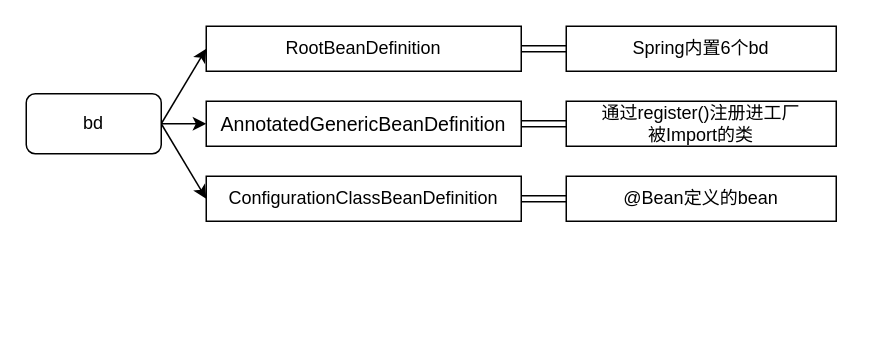
This is bdSort.drawio from Ordertiny/graph, a draw.io file, before an edit. Source tidied: cells renumbered, new cells numbered last; positions are measured from the earlier drawing's top-left corner, leaving out a move shared by most shapes. Both pictures are drawn from the tidied source at 150%, with x=0, y=0 at pixel (26, 26).
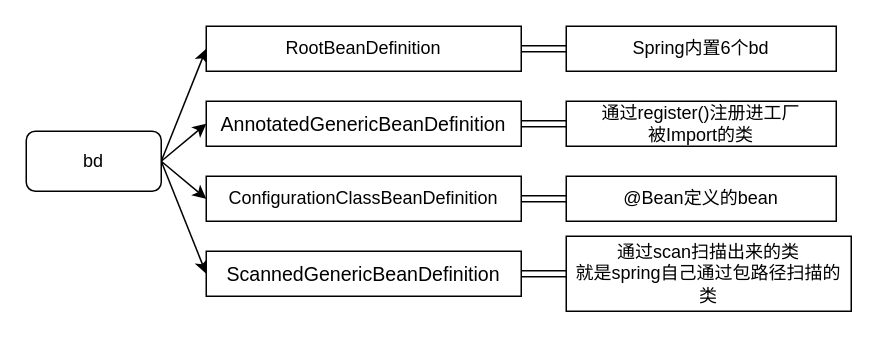
After the change.

What changed in the source:
```diff
@@
 <mxGraphModel>
   <root>
     <mxCell id="0" />
     <mxCell id="1" parent="0" />
     <mxCell id="2" style="rounded=0;jettySize=auto;html=1;exitX=1;exitY=0.5;exitDx=0;exitDy=0;entryX=0;entryY=0.5;entryDx=0;entryDy=0;fontFamily=Helvetica;" parent="1" edge="1" source="5" target="7">
       <mxGeometry relative="1" as="geometry" />
     </mxCell>
-    <mxCell id="3" style="edgeStyle=none;rounded=0;jettySize=auto;html=1;exitX=1;exitY=0.5;exitDx=0;exitDy=0;fontFamily=Helvetica;" parent="1" edge="1" source="5" target="10">
+    <mxCell id="3" style="edgeStyle=none;rounded=0;jettySize=auto;html=1;exitX=1;exitY=0.5;exitDx=0;exitDy=0;fontFamily=Helvetica;entryX=0;entryY=0.5;entryDx=0;entryDy=0;" parent="1" edge="1" source="5" target="10">
       <mxGeometry relative="1" as="geometry" />
     </mxCell>
     <mxCell id="4" style="edgeStyle=none;rounded=0;jettySize=auto;html=1;exitX=1;exitY=0.5;exitDx=0;exitDy=0;entryX=0;entryY=0.5;entryDx=0;entryDy=0;fontFamily=Helvetica;" parent="1" edge="1" source="5" target="13">
       <mxGeometry relative="1" as="geometry" />
     </mxCell>
+    <mxCell id="15" style="edgeStyle=none;rounded=0;jettySize=auto;html=1;exitX=1;exitY=0.5;exitDx=0;exitDy=0;entryX=0;entryY=0.5;entryDx=0;entryDy=0;fontFamily=Helvetica;" parent="1" edge="1" source="5" target="17">
+      <mxGeometry relative="1" as="geometry" />
+    </mxCell>
     <mxCell id="5" value="bd" style="rounded=1;whiteSpace=wrap;html=1;" parent="1" vertex="1">
-      <mxGeometry y="45" width="90" height="40" as="geometry" />
+      <mxGeometry y="70" width="90" height="40" as="geometry" />
     </mxCell>
     <mxCell id="6" style="edgeStyle=none;rounded=0;jettySize=auto;html=1;exitX=1;exitY=0.5;exitDx=0;exitDy=0;entryX=0;entryY=0.5;entryDx=0;entryDy=0;fontFamily=Helvetica;shape=link;" parent="1" edge="1" source="7" target="8">
       <mxGeometry relative="1" as="geometry" />
     </mxCell>
     <mxCell id="7" value="RootBeanDefinition" style="rounded=0;whiteSpace=wrap;html=1;fontFamily=Helvetica;" parent="1" vertex="1">
       <mxGeometry x="120" width="210" height="30" as="geometry" />
     </mxCell>
     <mxCell id="8" value="Spring内置6个bd" style="rounded=0;whiteSpace=wrap;html=1;" parent="1" vertex="1">
       <mxGeometry x="360" width="180" height="30" as="geometry" />
     </mxCell>
     <mxCell id="9" style="edgeStyle=none;shape=link;rounded=0;jettySize=auto;html=1;exitX=1;exitY=0.5;exitDx=0;exitDy=0;entryX=0;entryY=0.5;entryDx=0;entryDy=0;fontFamily=Helvetica;" parent="1" edge="1" source="10" target="11">
       <mxGeometry relative="1" as="geometry" />
     </mxCell>
     <mxCell id="10" value="&lt;div style=&quot;background-color: rgb(255, 255, 255); font-size: 9.8pt;&quot;&gt;AnnotatedGenericBeanDefinition&lt;/div&gt;" style="rounded=0;whiteSpace=wrap;html=1;fontFamily=Helvetica;" parent="1" vertex="1">
       <mxGeometry x="120" y="50" width="210" height="30" as="geometry" />
     </mxCell>
     <mxCell id="11" value="通过register()注册进工厂&lt;br&gt;被Import的类" style="rounded=0;whiteSpace=wrap;html=1;fontFamily=Helvetica;" parent="1" vertex="1">
       <mxGeometry x="360" y="50" width="180" height="30" as="geometry" />
     </mxCell>
     <mxCell id="12" style="edgeStyle=none;shape=link;rounded=0;jettySize=auto;html=1;exitX=1;exitY=0.5;exitDx=0;exitDy=0;entryX=0;entryY=0.5;entryDx=0;entryDy=0;fontFamily=Helvetica;" parent="1" edge="1" source="13" target="14">
       <mxGeometry relative="1" as="geometry" />
     </mxCell>
     <mxCell id="13" value="ConfigurationClassBeanDefinition" style="whiteSpace=wrap;html=1;fontFamily=Helvetica;" parent="1" vertex="1">
       <mxGeometry x="120" y="100" width="210" height="30" as="geometry" />
     </mxCell>
     <mxCell id="14" value="@Bean定义的bean" style="whiteSpace=wrap;html=1;fontFamily=Helvetica;" parent="1" vertex="1">
       <mxGeometry x="360" y="100" width="180" height="30" as="geometry" />
     </mxCell>
+    <mxCell id="16" style="edgeStyle=none;shape=link;rounded=0;jettySize=auto;html=1;exitX=1;exitY=0.5;exitDx=0;exitDy=0;entryX=0;entryY=0.5;entryDx=0;entryDy=0;fontFamily=Helvetica;" parent="1" edge="1" source="17" target="18">
+      <mxGeometry relative="1" as="geometry" />
+    </mxCell>
+    <mxCell id="17" value="&lt;div style=&quot;background-color: rgb(255, 255, 255); font-size: 9.8pt;&quot;&gt;ScannedGenericBeanDefinition&lt;/div&gt;" style="whiteSpace=wrap;html=1;fontFamily=Helvetica;" parent="1" vertex="1">
+      <mxGeometry x="120" y="150" width="210" height="30" as="geometry" />
+    </mxCell>
+    <mxCell id="18" value="通过scan扫描出来的类&lt;br&gt;就是spring自己通过包路径扫描的类" style="whiteSpace=wrap;html=1;fontFamily=Helvetica;" parent="1" vertex="1">
+      <mxGeometry x="360" y="140" width="190" height="50" as="geometry" />
+    </mxCell>
   </root>
 </mxGraphModel>
```
